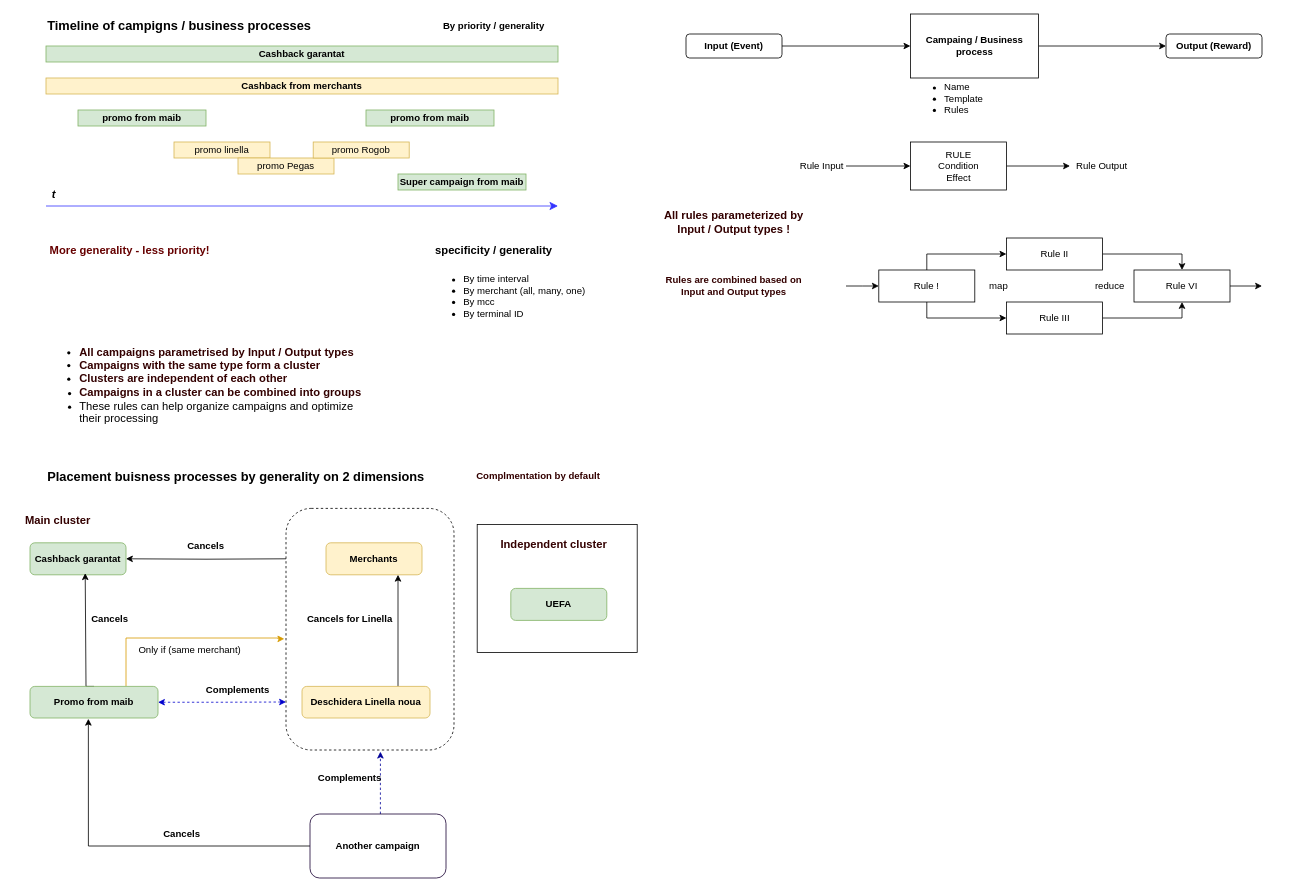
DemiusAcademius/diagrams keeps this draw.io diagram as Диаграмма без названия.drawio. Above is the earlier version. Source tidied: cells renumbered, new cells numbered last; positions are measured from the earlier drawing's top-left corner, leaving out a move shared by most shapes. Both pictures are drawn from the tidied source at 80%, with x=0, y=0 at pixel (14, 14).
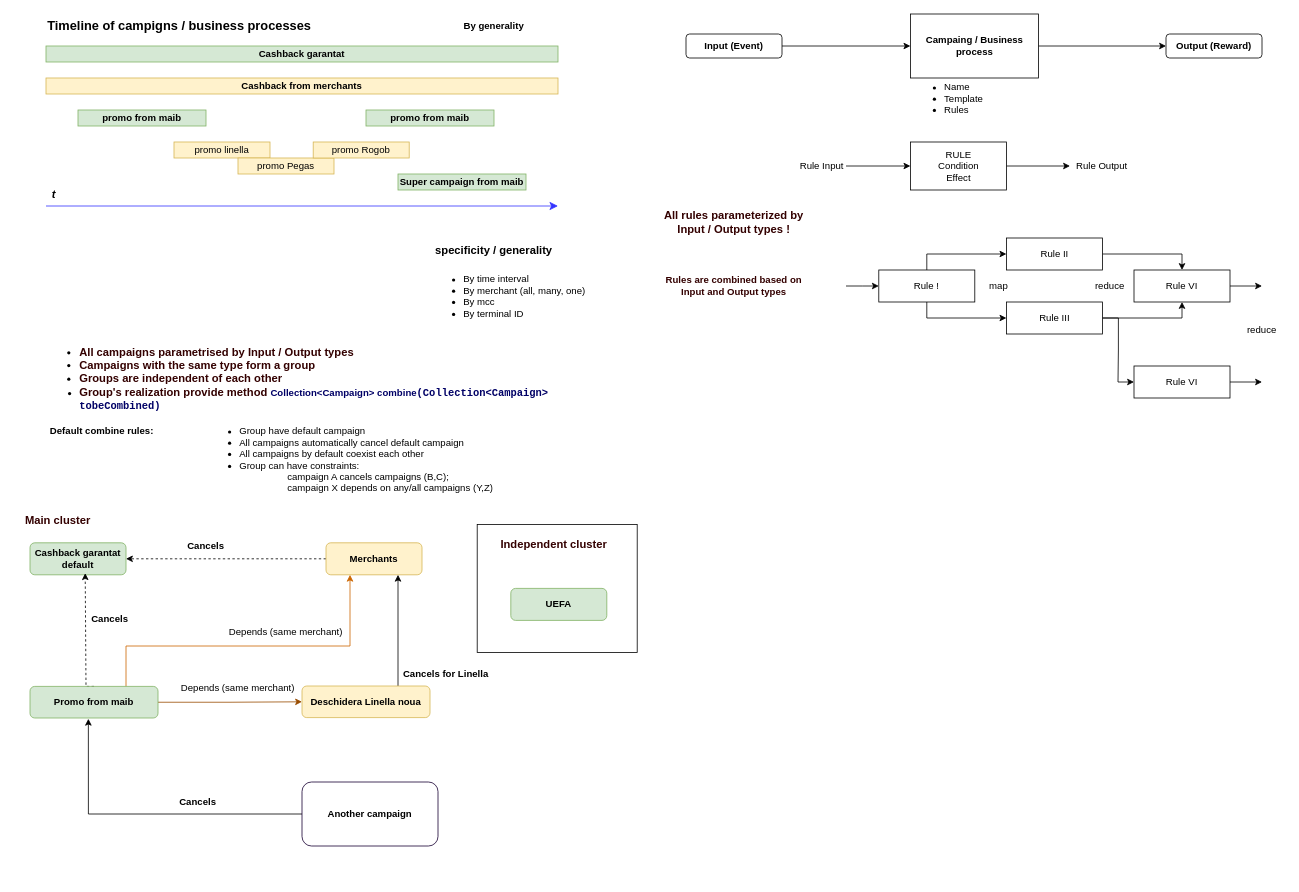
The same diagram, later.

The change refers to these unchanged cells:
```xml
<mxCell id="22" value="&lt;b&gt;Merchants&lt;/b&gt;" style="rounded=1;whiteSpace=wrap;html=1;fillColor=#fff2cc;strokeColor=#d6b656;" parent="1" vertex="1">
  <mxGeometry x="390" y="661" width="120" height="40" as="geometry" />
</mxCell>
<mxCell id="27" value="&lt;b&gt;Promo from maib&lt;/b&gt;" style="rounded=1;whiteSpace=wrap;html=1;fillColor=#d5e8d4;strokeColor=#82b366;" parent="1" vertex="1">
  <mxGeometry x="20" y="840.5" width="160" height="39.5" as="geometry" />
</mxCell>
<mxCell id="63" value="Rule III" style="rounded=0;whiteSpace=wrap;html=1;" parent="1" vertex="1">
  <mxGeometry x="1240.5" y="360" width="120" height="40" as="geometry" />
</mxCell>
```

Diff of the diagram source:
```diff
@@
-    <mxCell id="2" style="rounded=1;whiteSpace=wrap;html=1;dashed=1;" parent="1" vertex="1">
-      <mxGeometry x="340" y="618" width="210" height="302" as="geometry" />
-    </mxCell>
@@
-    <mxCell id="6" value="&lt;b&gt;By priority / generality&lt;/b&gt;" style="text;html=1;strokeColor=none;fillColor=none;align=center;verticalAlign=middle;whiteSpace=wrap;rounded=0;" parent="1" vertex="1">
+    <mxCell id="6" value="&lt;b&gt;By generality&lt;/b&gt;" style="text;html=1;strokeColor=none;fillColor=none;align=center;verticalAlign=middle;whiteSpace=wrap;rounded=0;" parent="1" vertex="1">
       <mxGeometry x="520" width="160" height="30" as="geometry" />
     </mxCell>
@@
-    <mxCell id="17" value="&lt;b&gt;&lt;font color=&quot;#660000&quot; style=&quot;font-size: 14px;&quot;&gt;More generality - less priority!&lt;/font&gt;&lt;/b&gt;" style="text;html=1;strokeColor=none;fillColor=none;align=center;verticalAlign=middle;whiteSpace=wrap;rounded=0;" parent="1" vertex="1">
-      <mxGeometry x="40" y="280" width="210" height="30" as="geometry" />
-    </mxCell>
@@
-    <mxCell id="19" value="&lt;b&gt;&lt;font style=&quot;font-size: 16px;&quot;&gt;Placement buisness processes by generality on 2 dimensions&lt;/font&gt;&lt;/b&gt;" style="text;html=1;strokeColor=none;fillColor=none;align=left;verticalAlign=middle;whiteSpace=wrap;rounded=0;" parent="1" vertex="1">
-      <mxGeometry x="40" y="563" width="480" height="30" as="geometry" />
-    </mxCell>
-    <mxCell id="20" value="&lt;b&gt;Cashback garantat&lt;/b&gt;" style="rounded=1;whiteSpace=wrap;html=1;fillColor=#d5e8d4;strokeColor=#82b366;" parent="1" vertex="1">
+    <mxCell id="20" value="&lt;b&gt;Cashback garantat&lt;br&gt;default&lt;br&gt;&lt;/b&gt;" style="rounded=1;whiteSpace=wrap;html=1;fillColor=#d5e8d4;strokeColor=#82b366;" parent="1" vertex="1">
       <mxGeometry x="20" y="661" width="120" height="40" as="geometry" />
     </mxCell>
-    <mxCell id="21" style="edgeStyle=orthogonalEdgeStyle;rounded=0;jettySize=auto;html=1;" parent="1" edge="1" target="20">
-      <mxGeometry relative="1" as="geometry">
-        <mxPoint x="340" y="681" as="sourcePoint" />
-      </mxGeometry>
+    <mxCell id="21" style="edgeStyle=orthogonalEdgeStyle;rounded=0;jettySize=auto;html=1;exitX=0;exitY=0.5;exitDx=0;exitDy=0;dashed=1;" parent="1" edge="1" source="22" target="20">
+      <mxGeometry relative="1" as="geometry" />
     </mxCell>
@@
-    <mxCell id="24" style="edgeStyle=orthogonalEdgeStyle;rounded=0;jettySize=auto;html=1;exitX=0.5;exitY=0;exitDx=0;exitDy=0;entryX=0.575;entryY=0.95;entryDx=0;entryDy=0;entryPerimeter=0;" parent="1" edge="1" source="27" target="20">
+    <mxCell id="24" style="edgeStyle=orthogonalEdgeStyle;rounded=0;jettySize=auto;html=1;exitX=0.5;exitY=0;exitDx=0;exitDy=0;entryX=0.575;entryY=0.95;entryDx=0;entryDy=0;entryPerimeter=0;dashed=1;" parent="1" edge="1" source="27" target="20">
       <mxGeometry relative="1" as="geometry">
         <Array as="points">
           <mxPoint x="90" y="841" />
         </Array>
       </mxGeometry>
     </mxCell>
-    <mxCell id="25" style="edgeStyle=orthogonalEdgeStyle;rounded=0;jettySize=auto;html=1;startArrow=classic;startFill=1;dashed=1;strokeColor=#0000CC;" parent="1" edge="1" source="27">
-      <mxGeometry relative="1" as="geometry">
-        <mxPoint x="340" y="860" as="targetPoint" />
-      </mxGeometry>
-    </mxCell>
-    <mxCell id="26" style="edgeStyle=orthogonalEdgeStyle;rounded=0;jettySize=auto;html=1;entryX=-0.01;entryY=0.54;entryDx=0;entryDy=0;fillColor=#ffe6cc;strokeColor=#d79b00;entryPerimeter=0;" parent="1" edge="1" target="2">
-      <mxGeometry relative="1" as="geometry">
-        <mxPoint x="140" y="840" as="sourcePoint" />
-        <Array as="points">
-          <mxPoint x="140" y="780" />
-          <mxPoint x="330" y="780" />
-          <mxPoint x="330" y="781" />
-        </Array>
-      </mxGeometry>
-    </mxCell>
+    <mxCell id="69" style="edgeStyle=orthogonalEdgeStyle;rounded=0;jettySize=auto;html=1;entryX=0;entryY=0.5;entryDx=0;entryDy=0;strokeColor=#994C00;" parent="1" edge="1" source="27" target="29">
+      <mxGeometry relative="1" as="geometry" />
+    </mxCell>
+    <mxCell id="70" style="edgeStyle=orthogonalEdgeStyle;rounded=0;jettySize=auto;html=1;entryX=0.25;entryY=1;entryDx=0;entryDy=0;strokeColor=#CC6600;" parent="1" edge="1" source="27" target="22">
+      <mxGeometry relative="1" as="geometry">
+        <Array as="points">
+          <mxPoint x="140" y="790" />
+          <mxPoint x="420" y="790" />
+        </Array>
+      </mxGeometry>
+    </mxCell>
@@
     <mxCell id="29" value="&lt;b&gt;Deschidera Linella noua&lt;/b&gt;" style="rounded=1;whiteSpace=wrap;html=1;fillColor=#fff2cc;strokeColor=#d6b656;" parent="1" vertex="1">
-      <mxGeometry x="360" y="840.5" width="160" height="39.5" as="geometry" />
+      <mxGeometry x="360" y="840" width="160" height="39.5" as="geometry" />
     </mxCell>
     <mxCell id="30" value="&lt;b&gt;Cancels for Linella&lt;/b&gt;" style="text;html=1;strokeColor=none;fillColor=none;align=center;verticalAlign=middle;whiteSpace=wrap;rounded=0;" parent="1" vertex="1">
-      <mxGeometry x="360" y="741" width="120" height="30" as="geometry" />
+      <mxGeometry x="480" y="810" width="120" height="30" as="geometry" />
     </mxCell>
-    <mxCell id="31" value="&lt;b&gt;Complements&lt;/b&gt;" style="text;html=1;strokeColor=none;fillColor=none;align=center;verticalAlign=middle;whiteSpace=wrap;rounded=0;" parent="1" vertex="1">
-      <mxGeometry x="240" y="830" width="80" height="30" as="geometry" />
-    </mxCell>
@@
-    <mxCell id="35" value="&lt;ul style=&quot;&quot;&gt;&lt;li style=&quot;font-size: 14px;&quot;&gt;&lt;font color=&quot;#330000&quot;&gt;&lt;b style=&quot;border-color: var(--border-color);&quot;&gt;All campaigns parametrised by Input / Output types&lt;/b&gt;&lt;br&gt;&lt;/font&gt;&lt;/li&gt;&lt;li style=&quot;font-size: 14px;&quot;&gt;&lt;b&gt;&lt;font color=&quot;#330000&quot;&gt;Сampaigns with the same type form a cluster&amp;nbsp;&lt;/font&gt;&lt;/b&gt;&lt;/li&gt;&lt;li style=&quot;font-size: 14px;&quot;&gt;&lt;b&gt;&lt;font color=&quot;#330000&quot;&gt;Clusters are independent of each other&lt;/font&gt;&lt;/b&gt;&lt;br&gt;&lt;/li&gt;&lt;li style=&quot;&quot;&gt;&lt;font size=&quot;1&quot; color=&quot;#330000&quot;&gt;&lt;b style=&quot;font-size: 14px;&quot;&gt;Campaigns in a cluster can be combined into groups&lt;/b&gt;&lt;/font&gt;&lt;br&gt;&lt;/li&gt;&lt;li style=&quot;&quot;&gt;&lt;span style=&quot;font-size: 14px;&quot;&gt;These rules can help organize campaigns and optimize their processing&lt;/span&gt;&lt;/li&gt;&lt;/ul&gt;" style="text;strokeColor=none;fillColor=none;html=1;whiteSpace=wrap;verticalAlign=middle;overflow=hidden;" parent="1" vertex="1">
-      <mxGeometry x="40" y="400" width="400" height="120" as="geometry" />
+    <mxCell id="35" value="&lt;ul style=&quot;&quot;&gt;&lt;li style=&quot;font-size: 14px;&quot;&gt;&lt;font color=&quot;#330000&quot;&gt;&lt;b style=&quot;border-color: var(--border-color);&quot;&gt;All campaigns parametrised by Input / Output types&lt;/b&gt;&lt;br&gt;&lt;/font&gt;&lt;/li&gt;&lt;li style=&quot;font-size: 14px;&quot;&gt;&lt;b&gt;&lt;font color=&quot;#330000&quot;&gt;Сampaigns with the same type form a group&lt;/font&gt;&lt;/b&gt;&lt;/li&gt;&lt;li style=&quot;font-size: 14px;&quot;&gt;&lt;b&gt;&lt;font color=&quot;#330000&quot;&gt;Groups are independent of each other&lt;/font&gt;&lt;/b&gt;&lt;br&gt;&lt;/li&gt;&lt;li style=&quot;&quot;&gt;&lt;font size=&quot;1&quot; color=&quot;#330000&quot;&gt;&lt;b style=&quot;font-size: 14px;&quot;&gt;Group's realization provide method&amp;nbsp;&lt;/b&gt;&lt;/font&gt;&lt;b&gt;&lt;font color=&quot;#000066&quot;&gt;Collection&amp;lt;Campaign&amp;gt; combine&lt;span style=&quot;font-family: &amp;quot;JetBrains Mono&amp;quot;, monospace; font-size: 9.8pt;&quot;&gt;(Collection&amp;lt;Campaign&amp;gt; tobeCombined)&lt;/span&gt;&lt;/font&gt;&lt;/b&gt;&lt;/li&gt;&lt;/ul&gt;" style="text;strokeColor=none;fillColor=none;html=1;whiteSpace=wrap;verticalAlign=middle;overflow=hidden;" parent="1" vertex="1">
+      <mxGeometry x="40" y="400" width="730" height="110" as="geometry" />
     </mxCell>
@@
-    <mxCell id="37" style="edgeStyle=orthogonalEdgeStyle;rounded=0;jettySize=auto;html=1;entryX=0.562;entryY=1.007;entryDx=0;entryDy=0;entryPerimeter=0;dashed=1;strokeColor=#000099;" parent="1" edge="1" source="39" target="2">
-      <mxGeometry relative="1" as="geometry">
-        <Array as="points">
-          <mxPoint x="458" y="980" />
-          <mxPoint x="458" y="980" />
-        </Array>
-      </mxGeometry>
-    </mxCell>
@@
     <mxCell id="39" value="&lt;b&gt;Another campaign&lt;/b&gt;" style="rounded=1;whiteSpace=wrap;html=1;strokeColor=#190033;" parent="1" vertex="1">
-      <mxGeometry x="370" y="1000" width="170" height="80" as="geometry" />
+      <mxGeometry x="360" y="960" width="170" height="80" as="geometry" />
     </mxCell>
-    <mxCell id="40" value="Only if (same merchant)" style="text;html=1;strokeColor=none;fillColor=none;align=center;verticalAlign=middle;whiteSpace=wrap;rounded=0;" parent="1" vertex="1">
-      <mxGeometry x="140" y="780" width="160" height="30" as="geometry" />
+    <mxCell id="40" value="Depends (same merchant)" style="text;html=1;strokeColor=none;fillColor=none;align=center;verticalAlign=middle;whiteSpace=wrap;rounded=0;" parent="1" vertex="1">
+      <mxGeometry x="200" y="828" width="160" height="30" as="geometry" />
     </mxCell>
-    <mxCell id="41" value="&lt;b&gt;Complements&lt;/b&gt;" style="text;html=1;strokeColor=none;fillColor=none;align=center;verticalAlign=middle;whiteSpace=wrap;rounded=0;" parent="1" vertex="1">
-      <mxGeometry x="380" y="940" width="80" height="30" as="geometry" />
-    </mxCell>
     <mxCell id="42" value="&lt;b&gt;Cancels&lt;/b&gt;" style="text;html=1;strokeColor=none;fillColor=none;align=center;verticalAlign=middle;whiteSpace=wrap;rounded=0;" parent="1" vertex="1">
-      <mxGeometry x="180" y="1010" width="60" height="30" as="geometry" />
+      <mxGeometry x="200" y="970" width="60" height="30" as="geometry" />
     </mxCell>
@@
+    <mxCell id="71" style="edgeStyle=orthogonalEdgeStyle;rounded=0;jettySize=auto;html=1;entryX=0;entryY=0.5;entryDx=0;entryDy=0;" parent="1" edge="1" source="63" target="73">
+      <mxGeometry relative="1" as="geometry" />
+    </mxCell>
@@
-    <mxCell id="68" value="&lt;b&gt;&lt;font color=&quot;#330000&quot;&gt;Complmentation by default&lt;/font&gt;&lt;/b&gt;" style="text;html=1;strokeColor=none;fillColor=none;align=center;verticalAlign=middle;whiteSpace=wrap;rounded=0;" parent="1" vertex="1">
-      <mxGeometry x="561" y="563" width="189" height="30" as="geometry" />
-    </mxCell>
+    <mxCell id="72" style="edgeStyle=orthogonalEdgeStyle;rounded=0;jettySize=auto;html=1;" parent="1" edge="1" source="73">
+      <mxGeometry relative="1" as="geometry">
+        <mxPoint x="1560" y="460" as="targetPoint" />
+      </mxGeometry>
+    </mxCell>
+    <mxCell id="73" value="Rule VI" style="rounded=0;whiteSpace=wrap;html=1;" parent="1" vertex="1">
+      <mxGeometry x="1400" y="440" width="120" height="40" as="geometry" />
+    </mxCell>
+    <mxCell id="74" value="reduce" style="text;html=1;strokeColor=none;fillColor=none;align=center;verticalAlign=middle;whiteSpace=wrap;rounded=0;" parent="1" vertex="1">
+      <mxGeometry x="1530" y="380" width="60" height="30" as="geometry" />
+    </mxCell>
+    <mxCell id="75" value="&lt;b&gt;Default combine rules:&lt;/b&gt;" style="text;html=1;strokeColor=none;fillColor=none;align=center;verticalAlign=middle;whiteSpace=wrap;rounded=0;" parent="1" vertex="1">
+      <mxGeometry x="40" y="506" width="140" height="30" as="geometry" />
+    </mxCell>
+    <mxCell id="76" value="&lt;ul&gt;&lt;li&gt;Group have default campaign&lt;/li&gt;&lt;li&gt;All campaigns automatically cancel default campaign&lt;/li&gt;&lt;li&gt;All campaigns by default coexist each other&lt;/li&gt;&lt;li&gt;Group can have constraints: &lt;br&gt;&amp;nbsp; &amp;nbsp; &amp;nbsp; &amp;nbsp; &amp;nbsp; &amp;nbsp; &amp;nbsp; &amp;nbsp; &amp;nbsp; campaign A cancels campaigns (B,C);&lt;br&gt;&amp;nbsp; &amp;nbsp; &amp;nbsp; &amp;nbsp; &amp;nbsp; &amp;nbsp; &amp;nbsp; &amp;nbsp; &amp;nbsp; campaign X depends on any/all campaigns (Y,Z)&lt;/li&gt;&lt;/ul&gt;" style="text;strokeColor=none;fillColor=none;html=1;whiteSpace=wrap;verticalAlign=middle;overflow=hidden;" parent="1" vertex="1">
+      <mxGeometry x="240" y="500" width="510" height="110" as="geometry" />
+    </mxCell>
+    <mxCell id="77" value="Depends (same merchant)" style="text;html=1;strokeColor=none;fillColor=none;align=center;verticalAlign=middle;whiteSpace=wrap;rounded=0;" parent="1" vertex="1">
+      <mxGeometry x="260" y="758" width="160" height="30" as="geometry" />
+    </mxCell>
```
